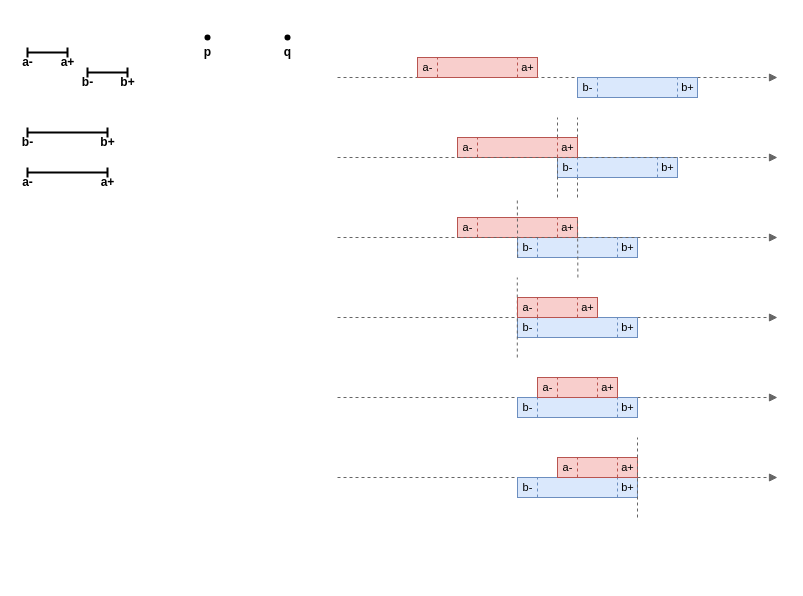
Before: page "Relations-Src" (4 of 4) of res/resources.drawio in gchudnov/mindthegap, a draw.io diagram. Source tidied: cells renumbered, new cells numbered last; positions are measured from the earlier drawing's top-left corner, leaving out a move shared by most shapes. Both pictures are drawn from the tidied source at 100%, with x=0, y=0 at pixel (17, 17).
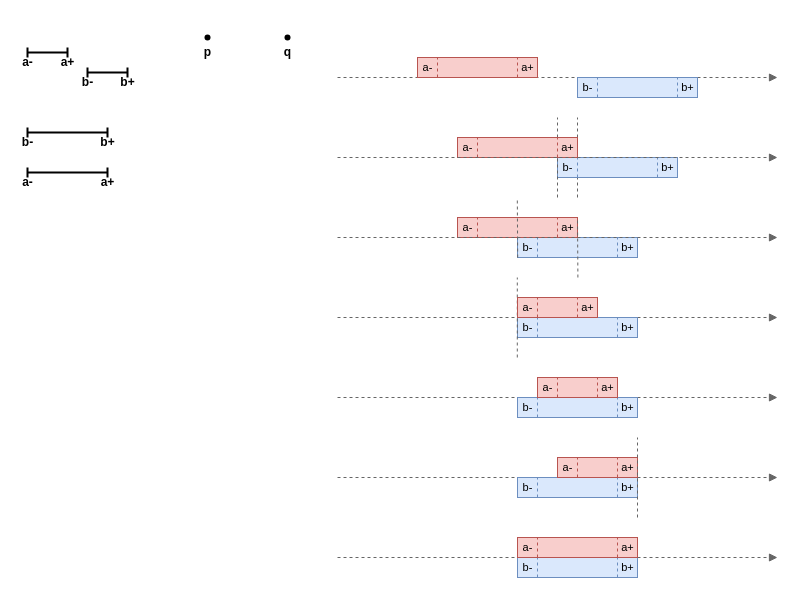
The same diagram, later.

Diff of the diagram source:
```diff
@@
+    <mxCell id="104" style="endArrow=block;html=1;fontSize=12;strokeWidth=1;fillColor=#f5f5f5;strokeColor=#666666;endFill=1;dashed=1;" parent="1" edge="1">
+      <mxGeometry relative="1" as="geometry">
+        <mxPoint x="320" y="540" as="sourcePoint" />
+        <mxPoint x="760" y="540" as="targetPoint" />
+      </mxGeometry>
+    </mxCell>
+    <mxCell id="105" style="group;" parent="1" vertex="1">
+      <mxGeometry x="500" y="540" width="120" height="20" as="geometry" />
+    </mxCell>
+    <mxCell id="106" style="rounded=0;whiteSpace=wrap;html=1;fontSize=12;strokeWidth=1;fillColor=#dae8fc;strokeColor=#6c8ebf;" parent="105" vertex="1">
+      <mxGeometry width="120" height="20" as="geometry" />
+    </mxCell>
+    <mxCell id="107" value="b-" style="text;html=1;strokeColor=none;fillColor=none;align=center;verticalAlign=middle;rounded=0;fontSize=11;" parent="105" vertex="1">
+      <mxGeometry width="20" height="20" as="geometry" />
+    </mxCell>
+    <mxCell id="108" value="b+" style="text;strokeColor=none;fillColor=none;align=center;verticalAlign=middle;rounded=0;fontSize=11;html=1;spacing=2;" parent="105" vertex="1">
+      <mxGeometry x="100" width="20" height="20" as="geometry" />
+    </mxCell>
+    <mxCell id="109" style="endArrow=none;dashed=1;html=1;strokeWidth=1;fontSize=11;fillColor=#dae8fc;strokeColor=#6c8ebf;" parent="105" edge="1">
+      <mxGeometry relative="1" as="geometry">
+        <mxPoint x="100" y="20" as="sourcePoint" />
+        <mxPoint x="100" as="targetPoint" />
+      </mxGeometry>
+    </mxCell>
+    <mxCell id="110" style="endArrow=none;dashed=1;html=1;strokeWidth=1;fontSize=11;fillColor=#dae8fc;strokeColor=#6c8ebf;" parent="105" edge="1">
+      <mxGeometry relative="1" as="geometry">
+        <mxPoint x="20" y="20" as="sourcePoint" />
+        <mxPoint x="20" as="targetPoint" />
+      </mxGeometry>
+    </mxCell>
+    <mxCell id="111" style="group;" parent="1" vertex="1">
+      <mxGeometry x="500" y="520" width="120" height="20" as="geometry" />
+    </mxCell>
+    <mxCell id="112" style="rounded=0;whiteSpace=wrap;html=1;fontSize=12;strokeWidth=1;fillColor=#f8cecc;strokeColor=#b85450;" parent="111" vertex="1">
+      <mxGeometry width="120" height="20" as="geometry" />
+    </mxCell>
+    <mxCell id="113" value="&lt;p style=&quot;line-height: 1.2&quot;&gt;a-&lt;/p&gt;" style="text;html=1;strokeColor=none;fillColor=none;align=center;verticalAlign=middle;rounded=0;fontSize=11;labelPosition=center;verticalLabelPosition=middle;horizontal=1;" parent="111" vertex="1">
+      <mxGeometry width="20" height="20" as="geometry" />
+    </mxCell>
+    <mxCell id="114" value="a+" style="text;html=1;strokeColor=none;fillColor=none;align=center;verticalAlign=middle;rounded=0;fontSize=11;spacing=2;" parent="111" vertex="1">
+      <mxGeometry x="100" width="20" height="20" as="geometry" />
+    </mxCell>
+    <mxCell id="115" style="endArrow=none;dashed=1;html=1;strokeWidth=1;fontSize=11;fillColor=#f8cecc;strokeColor=#b85450;" parent="111" edge="1">
+      <mxGeometry relative="1" as="geometry">
+        <mxPoint x="100" y="20" as="sourcePoint" />
+        <mxPoint x="100" as="targetPoint" />
+      </mxGeometry>
+    </mxCell>
+    <mxCell id="116" style="endArrow=none;dashed=1;html=1;strokeWidth=1;fontSize=11;fillColor=#f8cecc;strokeColor=#b85450;" parent="111" edge="1">
+      <mxGeometry relative="1" as="geometry">
+        <mxPoint x="20" y="20" as="sourcePoint" />
+        <mxPoint x="20" as="targetPoint" />
+      </mxGeometry>
+    </mxCell>
```
